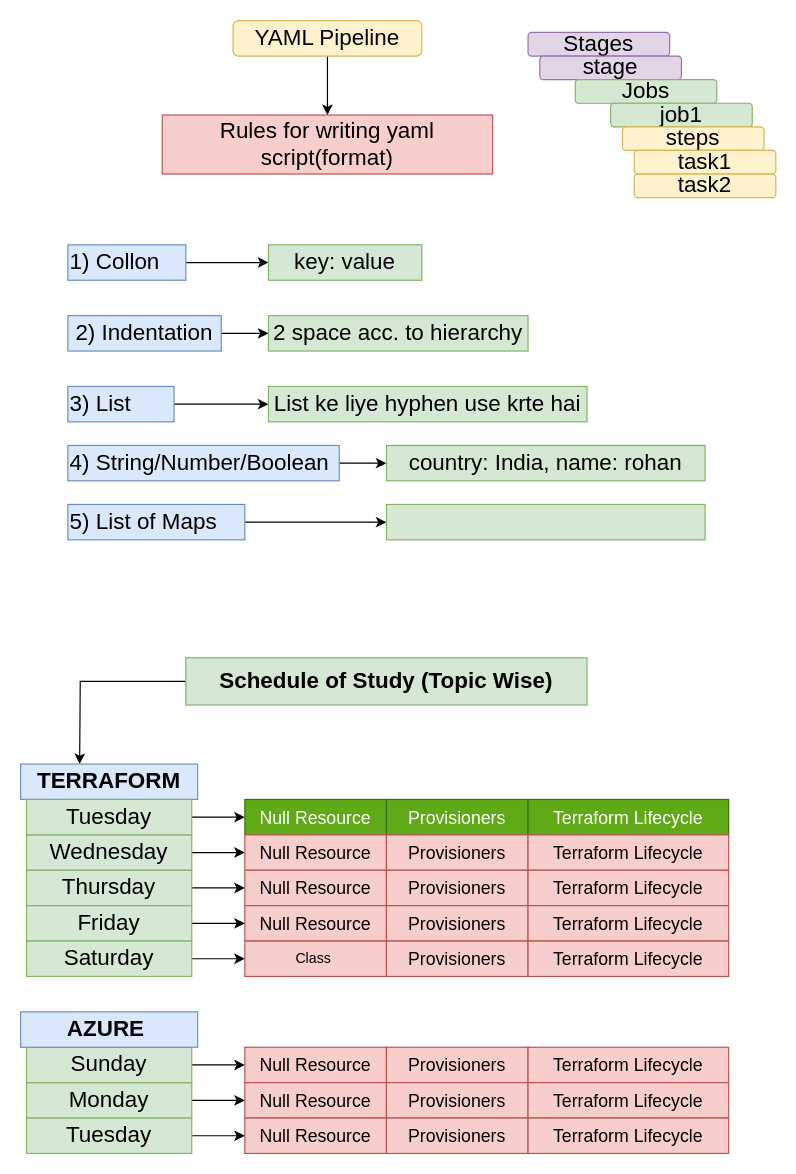
This is Practice Schedule.drawio from Sandeepinfra/Diagrams.HLD, a draw.io file, before an edit. Source tidied: cells renumbered, new cells numbered last; positions are measured from the earlier drawing's top-left corner, leaving out a move shared by most shapes. Both pictures are drawn from the tidied source at 118%, with x=0, y=0 at pixel (20, 20).
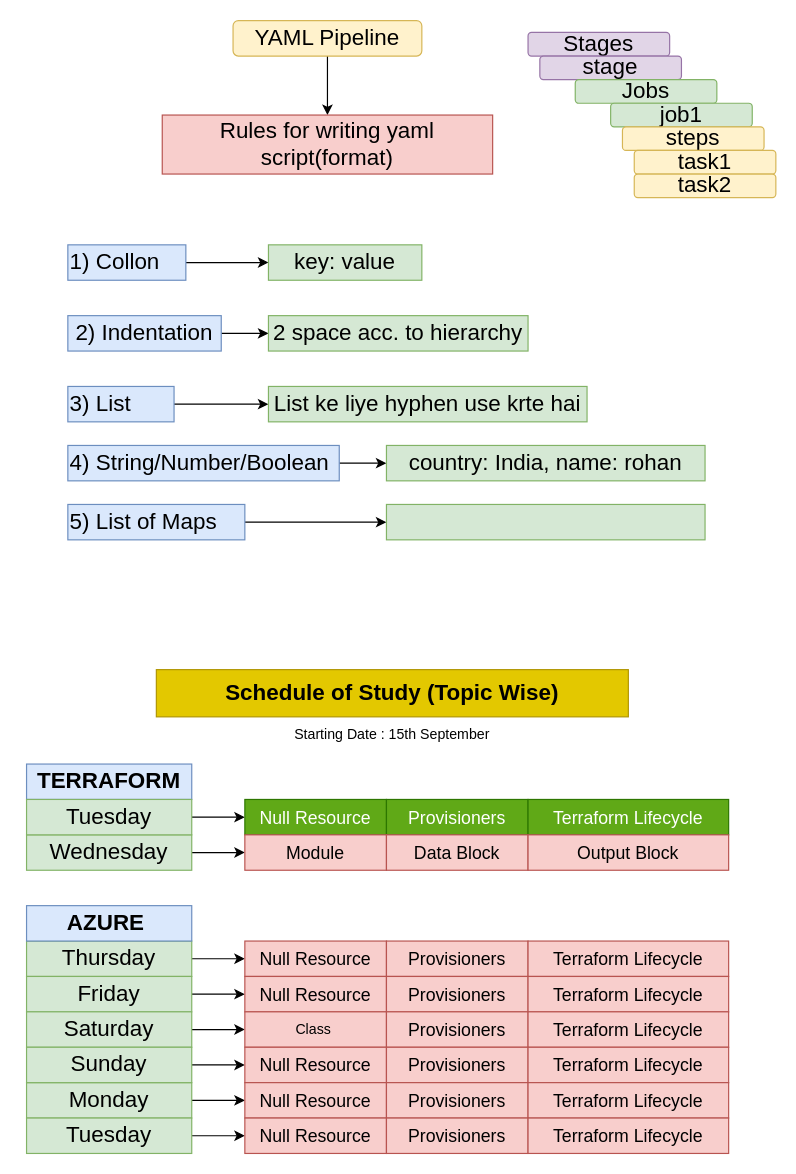
The same diagram, later.

What changed in the source:
```diff
@@
-    <mxCell id="27" style="edgeStyle=orthogonalEdgeStyle;rounded=0;jettySize=auto;html=1;fontFamily=Helvetica;fontSize=19;fontColor=default;" parent="1" edge="1" source="28">
-      <mxGeometry relative="1" as="geometry">
-        <mxPoint x="50" y="630" as="targetPoint" />
-      </mxGeometry>
-    </mxCell>
-    <mxCell id="28" value="&lt;b&gt;Schedule of Study (Topic Wise)&lt;/b&gt;" style="text;html=1;whiteSpace=wrap;strokeColor=#82b366;fillColor=#d5e8d4;align=center;verticalAlign=middle;rounded=0;fontFamily=Helvetica;fontSize=19;" parent="1" vertex="1">
-      <mxGeometry x="140" y="540" width="340" height="40" as="geometry" />
+    <mxCell id="28" value="&lt;b&gt;Schedule of Study (Topic Wise)&lt;/b&gt;" style="text;html=1;whiteSpace=wrap;strokeColor=#B09500;fillColor=#e3c800;align=center;verticalAlign=middle;rounded=0;fontFamily=Helvetica;fontSize=19;fontColor=#000000;" parent="1" vertex="1">
+      <mxGeometry x="115" y="550" width="400" height="40" as="geometry" />
     </mxCell>
     <mxCell id="29" value="&lt;b&gt;TERRAFORM&lt;/b&gt;" style="text;html=1;whiteSpace=wrap;strokeColor=#6c8ebf;fillColor=#dae8fc;align=center;verticalAlign=middle;rounded=0;fontFamily=Helvetica;fontSize=19;" parent="1" vertex="1">
-      <mxGeometry y="630" width="150" height="30" as="geometry" />
+      <mxGeometry x="5" y="630" width="140" height="30" as="geometry" />
     </mxCell>
@@
     <mxCell id="35" value="&lt;span style=&quot;text-align: left;&quot;&gt;Thursday&lt;/span&gt;" style="text;html=1;whiteSpace=wrap;strokeColor=#82b366;fillColor=#d5e8d4;align=center;verticalAlign=middle;rounded=0;fontFamily=Helvetica;fontSize=19;" parent="1" vertex="1">
-      <mxGeometry x="5" y="720" width="140" height="30" as="geometry" />
+      <mxGeometry x="5" y="780" width="140" height="30" as="geometry" />
     </mxCell>
@@
     <mxCell id="37" value="&lt;span style=&quot;text-align: left;&quot;&gt;Friday&lt;/span&gt;" style="text;html=1;whiteSpace=wrap;strokeColor=#82b366;fillColor=#d5e8d4;align=center;verticalAlign=middle;rounded=0;fontFamily=Helvetica;fontSize=19;" parent="1" vertex="1">
-      <mxGeometry x="5" y="750" width="140" height="30" as="geometry" />
+      <mxGeometry x="5" y="810" width="140" height="30" as="geometry" />
     </mxCell>
@@
     <mxCell id="41" value="&lt;span style=&quot;text-align: left;&quot;&gt;Saturday&lt;/span&gt;" style="text;html=1;whiteSpace=wrap;strokeColor=#82b366;fillColor=#d5e8d4;align=center;verticalAlign=middle;rounded=0;fontFamily=Helvetica;fontSize=19;" parent="1" vertex="1">
-      <mxGeometry x="5" y="780" width="140" height="30" as="geometry" />
+      <mxGeometry x="5" y="840" width="140" height="30" as="geometry" />
     </mxCell>
@@
-    <mxCell id="49" value="&lt;font style=&quot;font-size: 15px;&quot;&gt;Null Resource&lt;/font&gt;" style="text;html=1;whiteSpace=wrap;strokeColor=#b85450;fillColor=#f8cecc;align=center;verticalAlign=middle;rounded=0;" parent="1" vertex="1">
+    <mxCell id="49" value="&lt;span style=&quot;font-size: 15px;&quot;&gt;Module&lt;/span&gt;" style="text;html=1;whiteSpace=wrap;strokeColor=#b85450;fillColor=#f8cecc;align=center;verticalAlign=middle;rounded=0;" parent="1" vertex="1">
       <mxGeometry x="190" y="690" width="120" height="30" as="geometry" />
     </mxCell>
-    <mxCell id="50" value="&lt;span style=&quot;font-size: 15px;&quot;&gt;Provisioners&lt;/span&gt;" style="text;html=1;whiteSpace=wrap;strokeColor=#b85450;fillColor=#f8cecc;align=center;verticalAlign=middle;rounded=0;" parent="1" vertex="1">
+    <mxCell id="50" value="&lt;span style=&quot;font-size: 15px;&quot;&gt;Data Block&lt;/span&gt;" style="text;html=1;whiteSpace=wrap;strokeColor=#b85450;fillColor=#f8cecc;align=center;verticalAlign=middle;rounded=0;" parent="1" vertex="1">
       <mxGeometry x="310" y="690" width="120" height="30" as="geometry" />
     </mxCell>
-    <mxCell id="51" value="&lt;span style=&quot;font-size: 15px;&quot;&gt;Terraform Lifecycle&lt;/span&gt;" style="text;html=1;whiteSpace=wrap;strokeColor=#b85450;fillColor=#f8cecc;align=center;verticalAlign=middle;rounded=0;" parent="1" vertex="1">
+    <mxCell id="51" value="&lt;span style=&quot;font-size: 15px;&quot;&gt;Output Block&lt;/span&gt;" style="text;html=1;whiteSpace=wrap;strokeColor=#b85450;fillColor=#f8cecc;align=center;verticalAlign=middle;rounded=0;" parent="1" vertex="1">
       <mxGeometry x="430" y="690" width="170" height="30" as="geometry" />
     </mxCell>
     <mxCell id="52" value="&lt;font style=&quot;font-size: 15px;&quot;&gt;Null Resource&lt;/font&gt;" style="text;html=1;whiteSpace=wrap;strokeColor=#b85450;fillColor=#f8cecc;align=center;verticalAlign=middle;rounded=0;" parent="1" vertex="1">
-      <mxGeometry x="190" y="720" width="120" height="30" as="geometry" />
+      <mxGeometry x="190" y="780" width="120" height="30" as="geometry" />
     </mxCell>
     <mxCell id="53" value="&lt;span style=&quot;font-size: 15px;&quot;&gt;Provisioners&lt;/span&gt;" style="text;html=1;whiteSpace=wrap;strokeColor=#b85450;fillColor=#f8cecc;align=center;verticalAlign=middle;rounded=0;" parent="1" vertex="1">
-      <mxGeometry x="310" y="720" width="120" height="30" as="geometry" />
+      <mxGeometry x="310" y="780" width="120" height="30" as="geometry" />
     </mxCell>
     <mxCell id="54" value="&lt;span style=&quot;font-size: 15px;&quot;&gt;Terraform Lifecycle&lt;/span&gt;" style="text;html=1;whiteSpace=wrap;strokeColor=#b85450;fillColor=#f8cecc;align=center;verticalAlign=middle;rounded=0;" parent="1" vertex="1">
-      <mxGeometry x="430" y="720" width="170" height="30" as="geometry" />
+      <mxGeometry x="430" y="780" width="170" height="30" as="geometry" />
     </mxCell>
     <mxCell id="55" value="&lt;font style=&quot;font-size: 15px;&quot;&gt;Null Resource&lt;/font&gt;" style="text;html=1;whiteSpace=wrap;strokeColor=#b85450;fillColor=#f8cecc;align=center;verticalAlign=middle;rounded=0;" parent="1" vertex="1">
-      <mxGeometry x="190" y="750" width="120" height="30" as="geometry" />
+      <mxGeometry x="190" y="810" width="120" height="30" as="geometry" />
     </mxCell>
     <mxCell id="56" value="&lt;span style=&quot;font-size: 15px;&quot;&gt;Provisioners&lt;/span&gt;" style="text;html=1;whiteSpace=wrap;strokeColor=#b85450;fillColor=#f8cecc;align=center;verticalAlign=middle;rounded=0;" parent="1" vertex="1">
-      <mxGeometry x="310" y="750" width="120" height="30" as="geometry" />
+      <mxGeometry x="310" y="810" width="120" height="30" as="geometry" />
     </mxCell>
     <mxCell id="57" value="&lt;span style=&quot;font-size: 15px;&quot;&gt;Terraform Lifecycle&lt;/span&gt;" style="text;html=1;whiteSpace=wrap;strokeColor=#b85450;fillColor=#f8cecc;align=center;verticalAlign=middle;rounded=0;" parent="1" vertex="1">
-      <mxGeometry x="430" y="750" width="170" height="30" as="geometry" />
+      <mxGeometry x="430" y="810" width="170" height="30" as="geometry" />
     </mxCell>
     <mxCell id="58" value="Class&amp;nbsp;" style="text;html=1;whiteSpace=wrap;strokeColor=#b85450;fillColor=#f8cecc;align=center;verticalAlign=middle;rounded=0;" parent="1" vertex="1">
-      <mxGeometry x="190" y="780" width="120" height="30" as="geometry" />
+      <mxGeometry x="190" y="840" width="120" height="30" as="geometry" />
     </mxCell>
     <mxCell id="59" value="&lt;span style=&quot;font-size: 15px;&quot;&gt;Provisioners&lt;/span&gt;" style="text;html=1;whiteSpace=wrap;strokeColor=#b85450;fillColor=#f8cecc;align=center;verticalAlign=middle;rounded=0;" parent="1" vertex="1">
-      <mxGeometry x="310" y="780" width="120" height="30" as="geometry" />
+      <mxGeometry x="310" y="840" width="120" height="30" as="geometry" />
     </mxCell>
     <mxCell id="60" value="&lt;span style=&quot;font-size: 15px;&quot;&gt;Terraform Lifecycle&lt;/span&gt;" style="text;html=1;whiteSpace=wrap;strokeColor=#b85450;fillColor=#f8cecc;align=center;verticalAlign=middle;rounded=0;" parent="1" vertex="1">
-      <mxGeometry x="430" y="780" width="170" height="30" as="geometry" />
+      <mxGeometry x="430" y="840" width="170" height="30" as="geometry" />
     </mxCell>
@@
     <mxCell id="70" value="&lt;b&gt;AZURE&amp;nbsp;&lt;/b&gt;" style="text;html=1;whiteSpace=wrap;strokeColor=#6c8ebf;fillColor=#dae8fc;align=center;verticalAlign=middle;rounded=0;fontFamily=Helvetica;fontSize=19;" parent="1" vertex="1">
-      <mxGeometry y="840" width="150" height="30" as="geometry" />
+      <mxGeometry x="5" y="750" width="140" height="30" as="geometry" />
     </mxCell>
+    <mxCell id="71" value="Starting Date : 15th September" style="text;html=1;whiteSpace=wrap;strokeColor=none;fillColor=none;align=center;verticalAlign=middle;rounded=0;" parent="1" vertex="1">
+      <mxGeometry x="230" y="590" width="170" height="30" as="geometry" />
+    </mxCell>
```
